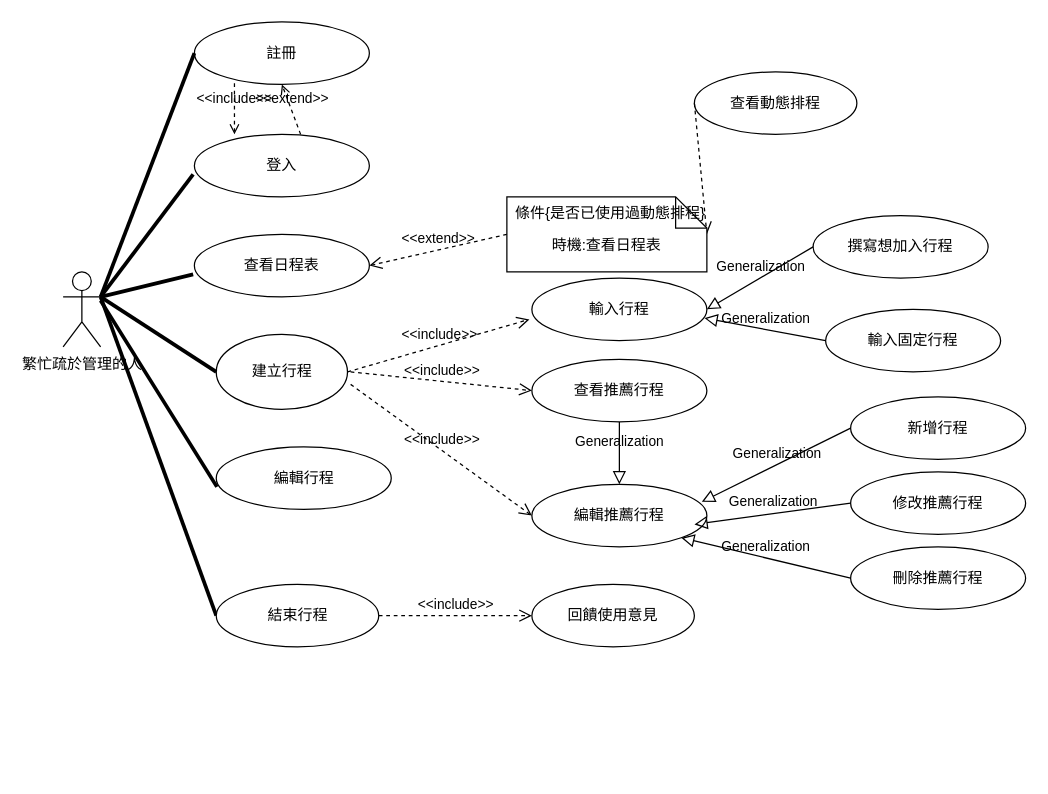
Earlier version of the draw.io diagram 使用個案圖.drawio (Kevincheng0804/Graduation-Topic). Source tidied: cells renumbered, new cells numbered last; positions are measured from the earlier drawing's top-left corner, leaving out a move shared by most shapes. Both pictures are drawn from the tidied source at 125%, with x=0, y=0 at pixel (62, 21).
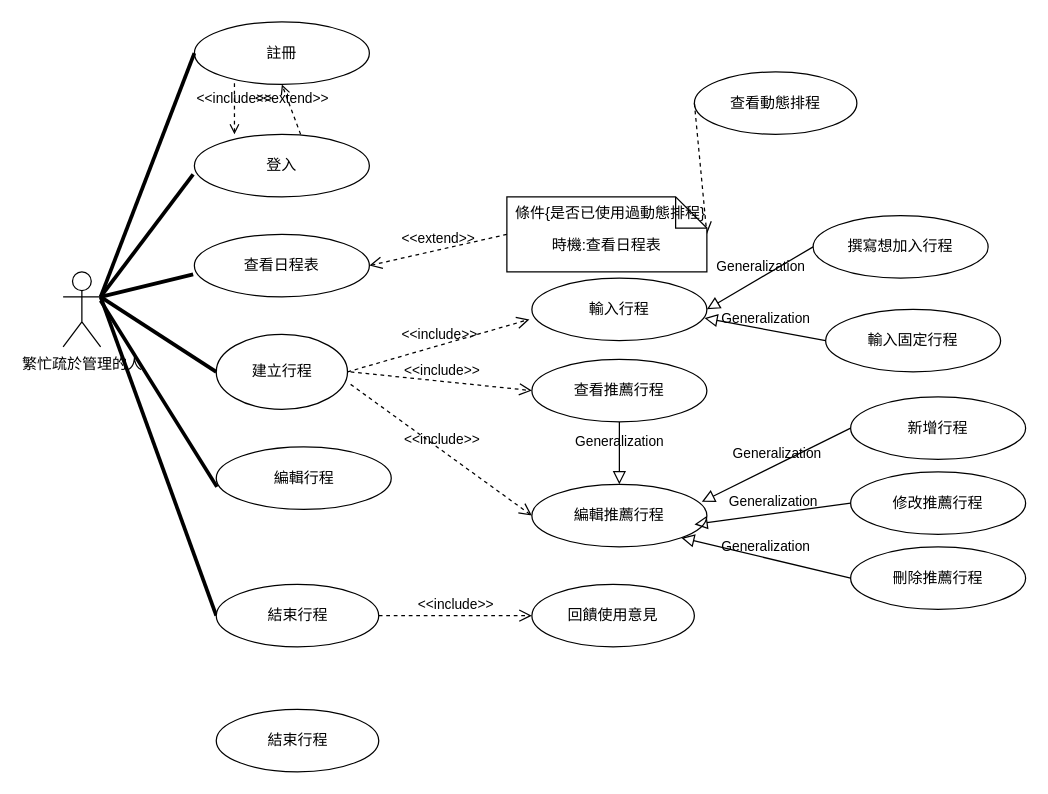
After the change.

Commit message:
隨時編輯參數

Diff of the diagram source:
```diff
@@
+    <mxCell id="47" value="結束行程" style="ellipse;html=1;whiteSpace=wrap;" parent="1" vertex="1">
+      <mxGeometry x="122.5" y="550" width="130" height="50" as="geometry" />
+    </mxCell>
```
